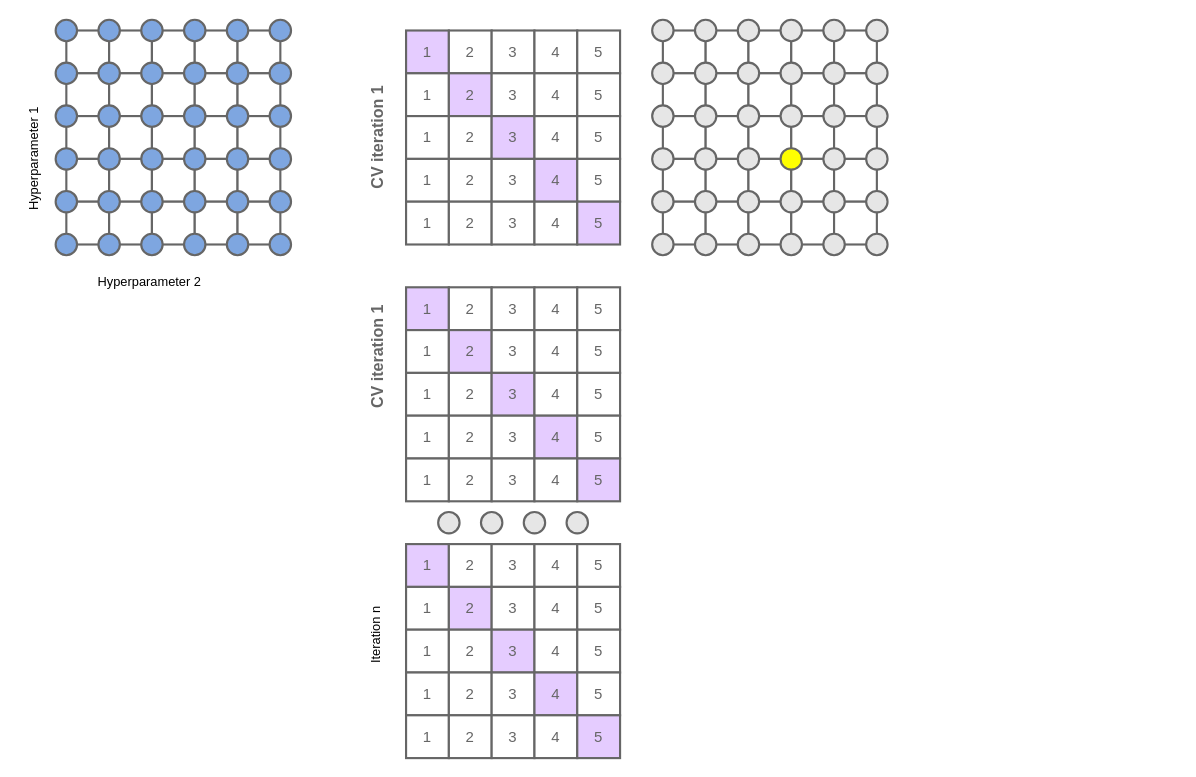
Above: figures/repeated-cross-validation-scheme.drawio in gomesluiz/long-lived-bug-bert-based-prediction (draw.io), before the change. Source tidied: cells renumbered, new cells numbered last; positions are measured from the earlier drawing's top-left corner, leaving out a move shared by most shapes. Both pictures are drawn from the tidied source at 107%, with x=0, y=0 at pixel (-22, 19).
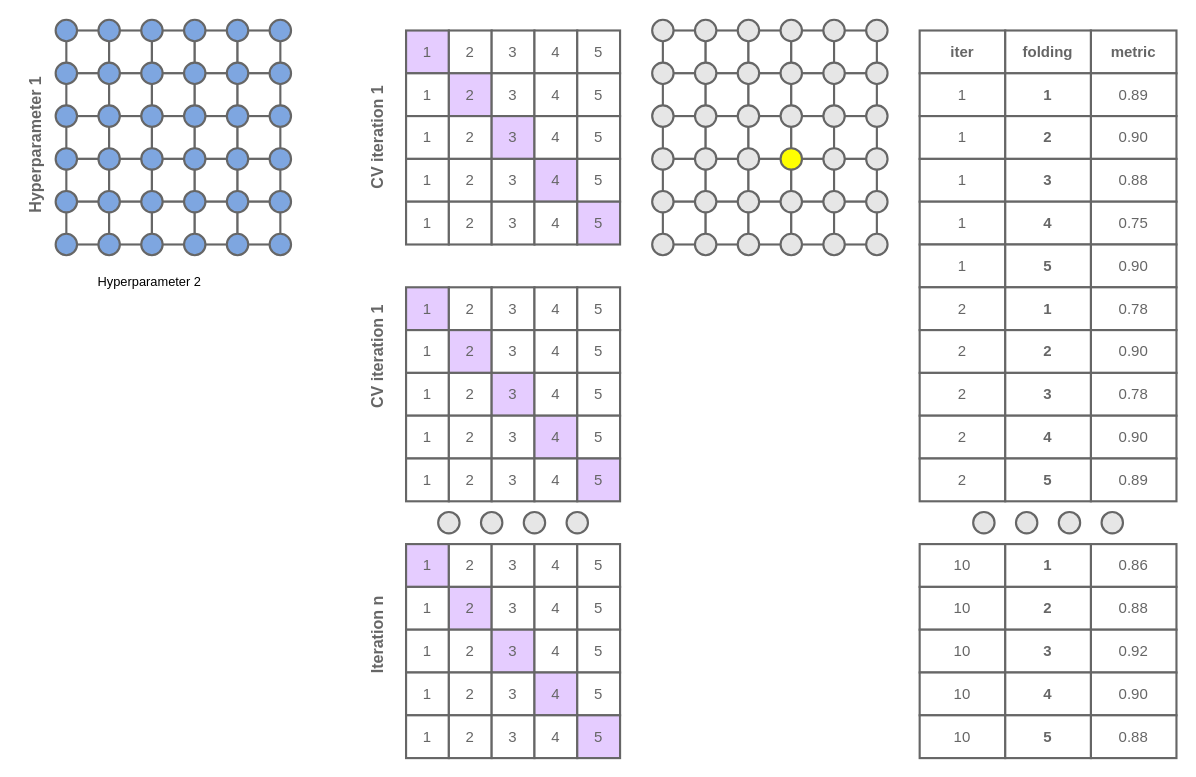
Above is the later version.

Change to the diagram source:
```diff
@@
-    <mxCell id="199" value="Hyperparameter 1" style="text;html=1;strokeColor=none;fillColor=none;align=center;verticalAlign=middle;whiteSpace=wrap;rounded=0;rotation=-90;" parent="1" vertex="1">
-      <mxGeometry y="115" width="105" height="30" as="geometry" />
+    <mxCell id="199" value="Hyperparameter 1" style="text;html=1;strokeColor=none;fillColor=none;align=center;verticalAlign=middle;whiteSpace=wrap;rounded=0;rotation=-90;fontSize=15;fontColor=#666666;fontStyle=1;" parent="1" vertex="1">
+      <mxGeometry x="-12.5" y="102.5" width="130" height="30" as="geometry" />
     </mxCell>
@@
-    <mxCell id="202" value="Iteration n" style="text;html=1;strokeColor=none;fillColor=none;align=center;verticalAlign=middle;whiteSpace=wrap;rounded=0;rotation=-90;" parent="1" vertex="1">
+    <mxCell id="202" value="Iteration n" style="text;html=1;strokeColor=none;fillColor=none;align=center;verticalAlign=middle;whiteSpace=wrap;rounded=0;rotation=-90;fontSize=15;fontColor=#666666;fontStyle=1;" parent="1" vertex="1">
       <mxGeometry x="320" y="560" width="105" height="30" as="geometry" />
     </mxCell>
@@
+    <mxCell id="208" value="&lt;font style=&quot;font-size: 14px&quot; color=&quot;#666666&quot;&gt;&lt;b&gt;iter&lt;/b&gt;&lt;/font&gt;" style="rounded=0;whiteSpace=wrap;html=1;strokeColor=#666666;fillColor=default;strokeWidth=2;" parent="1" vertex="1">
+      <mxGeometry x="880" y="10" width="80" height="40" as="geometry" />
+    </mxCell>
+    <mxCell id="209" value="&lt;font style=&quot;font-size: 14px&quot; color=&quot;#666666&quot;&gt;&lt;b&gt;metric&lt;/b&gt;&lt;/font&gt;" style="rounded=0;whiteSpace=wrap;html=1;strokeColor=#666666;fillColor=default;strokeWidth=2;" parent="1" vertex="1">
+      <mxGeometry x="1040" y="10" width="80" height="40" as="geometry" />
+    </mxCell>
+    <mxCell id="210" value="&lt;font style=&quot;font-size: 14px&quot; color=&quot;#666666&quot;&gt;1&lt;/font&gt;" style="rounded=0;whiteSpace=wrap;html=1;strokeColor=#666666;fillColor=default;strokeWidth=2;" parent="1" vertex="1">
+      <mxGeometry x="880" y="50" width="80" height="40" as="geometry" />
+    </mxCell>
+    <mxCell id="211" value="&lt;font style=&quot;font-size: 14px&quot; color=&quot;#666666&quot;&gt;0.89&lt;/font&gt;" style="rounded=0;whiteSpace=wrap;html=1;strokeColor=#666666;fillColor=default;strokeWidth=2;" parent="1" vertex="1">
+      <mxGeometry x="1040" y="50" width="80" height="40" as="geometry" />
+    </mxCell>
+    <mxCell id="212" value="&lt;font style=&quot;font-size: 14px&quot; color=&quot;#666666&quot;&gt;1&lt;/font&gt;" style="rounded=0;whiteSpace=wrap;html=1;strokeColor=#666666;fillColor=default;strokeWidth=2;" parent="1" vertex="1">
+      <mxGeometry x="880" y="90" width="80" height="40" as="geometry" />
+    </mxCell>
+    <mxCell id="213" value="&lt;font style=&quot;font-size: 14px&quot; color=&quot;#666666&quot;&gt;0.90&lt;/font&gt;" style="rounded=0;whiteSpace=wrap;html=1;strokeColor=#666666;fillColor=default;strokeWidth=2;" parent="1" vertex="1">
+      <mxGeometry x="1040" y="90" width="80" height="40" as="geometry" />
+    </mxCell>
+    <mxCell id="214" value="&lt;font style=&quot;font-size: 14px&quot; color=&quot;#666666&quot;&gt;&lt;b&gt;folding&lt;/b&gt;&lt;/font&gt;" style="rounded=0;whiteSpace=wrap;html=1;strokeColor=#666666;fillColor=default;strokeWidth=2;" parent="1" vertex="1">
+      <mxGeometry x="960" y="10" width="80" height="40" as="geometry" />
+    </mxCell>
+    <mxCell id="215" value="&lt;font style=&quot;font-size: 14px&quot; color=&quot;#666666&quot;&gt;&lt;b&gt;1&lt;/b&gt;&lt;/font&gt;" style="rounded=0;whiteSpace=wrap;html=1;strokeColor=#666666;fillColor=default;strokeWidth=2;" parent="1" vertex="1">
+      <mxGeometry x="960" y="50" width="80" height="40" as="geometry" />
+    </mxCell>
+    <mxCell id="216" value="&lt;font style=&quot;font-size: 14px&quot; color=&quot;#666666&quot;&gt;&lt;b&gt;2&lt;/b&gt;&lt;/font&gt;" style="rounded=0;whiteSpace=wrap;html=1;strokeColor=#666666;fillColor=default;strokeWidth=2;" parent="1" vertex="1">
+      <mxGeometry x="960" y="90" width="80" height="40" as="geometry" />
+    </mxCell>
+    <mxCell id="217" value="&lt;font style=&quot;font-size: 14px&quot; color=&quot;#666666&quot;&gt;1&lt;/font&gt;" style="rounded=0;whiteSpace=wrap;html=1;strokeColor=#666666;fillColor=default;strokeWidth=2;" parent="1" vertex="1">
+      <mxGeometry x="880" y="130" width="80" height="40" as="geometry" />
+    </mxCell>
+    <mxCell id="218" value="&lt;font style=&quot;font-size: 14px&quot; color=&quot;#666666&quot;&gt;0.88&lt;/font&gt;" style="rounded=0;whiteSpace=wrap;html=1;strokeColor=#666666;fillColor=default;strokeWidth=2;" parent="1" vertex="1">
+      <mxGeometry x="1040" y="130" width="80" height="40" as="geometry" />
+    </mxCell>
+    <mxCell id="219" value="&lt;font style=&quot;font-size: 14px&quot; color=&quot;#666666&quot;&gt;1&lt;/font&gt;" style="rounded=0;whiteSpace=wrap;html=1;strokeColor=#666666;fillColor=default;strokeWidth=2;" parent="1" vertex="1">
+      <mxGeometry x="880" y="170" width="80" height="40" as="geometry" />
+    </mxCell>
+    <mxCell id="220" value="&lt;font style=&quot;font-size: 14px&quot; color=&quot;#666666&quot;&gt;0.75&lt;/font&gt;" style="rounded=0;whiteSpace=wrap;html=1;strokeColor=#666666;fillColor=default;strokeWidth=2;" parent="1" vertex="1">
+      <mxGeometry x="1040" y="170" width="80" height="40" as="geometry" />
+    </mxCell>
+    <mxCell id="221" value="&lt;font style=&quot;font-size: 14px&quot; color=&quot;#666666&quot;&gt;&lt;b&gt;3&lt;/b&gt;&lt;/font&gt;" style="rounded=0;whiteSpace=wrap;html=1;strokeColor=#666666;fillColor=default;strokeWidth=2;" parent="1" vertex="1">
+      <mxGeometry x="960" y="130" width="80" height="40" as="geometry" />
+    </mxCell>
+    <mxCell id="222" value="&lt;font style=&quot;font-size: 14px&quot; color=&quot;#666666&quot;&gt;&lt;b&gt;4&lt;/b&gt;&lt;/font&gt;" style="rounded=0;whiteSpace=wrap;html=1;strokeColor=#666666;fillColor=default;strokeWidth=2;" parent="1" vertex="1">
+      <mxGeometry x="960" y="170" width="80" height="40" as="geometry" />
+    </mxCell>
+    <mxCell id="223" value="&lt;font style=&quot;font-size: 14px&quot; color=&quot;#666666&quot;&gt;1&lt;/font&gt;" style="rounded=0;whiteSpace=wrap;html=1;strokeColor=#666666;fillColor=default;strokeWidth=2;" parent="1" vertex="1">
+      <mxGeometry x="880" y="210" width="80" height="40" as="geometry" />
+    </mxCell>
+    <mxCell id="224" value="&lt;font style=&quot;font-size: 14px&quot; color=&quot;#666666&quot;&gt;0.90&lt;/font&gt;" style="rounded=0;whiteSpace=wrap;html=1;strokeColor=#666666;fillColor=default;strokeWidth=2;" parent="1" vertex="1">
+      <mxGeometry x="1040" y="210" width="80" height="40" as="geometry" />
+    </mxCell>
+    <mxCell id="225" value="&lt;font style=&quot;font-size: 14px&quot; color=&quot;#666666&quot;&gt;&lt;b&gt;5&lt;/b&gt;&lt;/font&gt;" style="rounded=0;whiteSpace=wrap;html=1;strokeColor=#666666;fillColor=default;strokeWidth=2;" parent="1" vertex="1">
+      <mxGeometry x="960" y="210" width="80" height="40" as="geometry" />
+    </mxCell>
+    <mxCell id="226" value="&lt;font style=&quot;font-size: 14px&quot; color=&quot;#666666&quot;&gt;2&lt;/font&gt;" style="rounded=0;whiteSpace=wrap;html=1;strokeColor=#666666;fillColor=default;strokeWidth=2;" parent="1" vertex="1">
+      <mxGeometry x="880" y="250" width="80" height="40" as="geometry" />
+    </mxCell>
+    <mxCell id="227" value="&lt;font style=&quot;font-size: 14px&quot; color=&quot;#666666&quot;&gt;0.78&lt;/font&gt;" style="rounded=0;whiteSpace=wrap;html=1;strokeColor=#666666;fillColor=default;strokeWidth=2;" parent="1" vertex="1">
+      <mxGeometry x="1040" y="250" width="80" height="40" as="geometry" />
+    </mxCell>
+    <mxCell id="228" value="&lt;font style=&quot;font-size: 14px&quot; color=&quot;#666666&quot;&gt;2&lt;/font&gt;" style="rounded=0;whiteSpace=wrap;html=1;strokeColor=#666666;fillColor=default;strokeWidth=2;" parent="1" vertex="1">
+      <mxGeometry x="880" y="290" width="80" height="40" as="geometry" />
+    </mxCell>
+    <mxCell id="229" value="&lt;font style=&quot;font-size: 14px&quot; color=&quot;#666666&quot;&gt;0.90&lt;/font&gt;" style="rounded=0;whiteSpace=wrap;html=1;strokeColor=#666666;fillColor=default;strokeWidth=2;" parent="1" vertex="1">
+      <mxGeometry x="1040" y="290" width="80" height="40" as="geometry" />
+    </mxCell>
+    <mxCell id="230" value="&lt;font style=&quot;font-size: 14px&quot; color=&quot;#666666&quot;&gt;&lt;b&gt;1&lt;/b&gt;&lt;/font&gt;" style="rounded=0;whiteSpace=wrap;html=1;strokeColor=#666666;fillColor=default;strokeWidth=2;" parent="1" vertex="1">
+      <mxGeometry x="960" y="250" width="80" height="40" as="geometry" />
+    </mxCell>
+    <mxCell id="231" value="&lt;font style=&quot;font-size: 14px&quot; color=&quot;#666666&quot;&gt;&lt;b&gt;2&lt;/b&gt;&lt;/font&gt;" style="rounded=0;whiteSpace=wrap;html=1;strokeColor=#666666;fillColor=default;strokeWidth=2;" parent="1" vertex="1">
+      <mxGeometry x="960" y="290" width="80" height="40" as="geometry" />
+    </mxCell>
+    <mxCell id="232" value="&lt;font style=&quot;font-size: 14px&quot; color=&quot;#666666&quot;&gt;2&lt;/font&gt;" style="rounded=0;whiteSpace=wrap;html=1;strokeColor=#666666;fillColor=default;strokeWidth=2;" parent="1" vertex="1">
+      <mxGeometry x="880" y="330" width="80" height="40" as="geometry" />
+    </mxCell>
+    <mxCell id="233" value="&lt;font style=&quot;font-size: 14px&quot; color=&quot;#666666&quot;&gt;0.78&lt;/font&gt;" style="rounded=0;whiteSpace=wrap;html=1;strokeColor=#666666;fillColor=default;strokeWidth=2;" parent="1" vertex="1">
+      <mxGeometry x="1040" y="330" width="80" height="40" as="geometry" />
+    </mxCell>
+    <mxCell id="234" value="&lt;font style=&quot;font-size: 14px&quot; color=&quot;#666666&quot;&gt;2&lt;/font&gt;" style="rounded=0;whiteSpace=wrap;html=1;strokeColor=#666666;fillColor=default;strokeWidth=2;" parent="1" vertex="1">
+      <mxGeometry x="880" y="370" width="80" height="40" as="geometry" />
+    </mxCell>
+    <mxCell id="235" value="&lt;font style=&quot;font-size: 14px&quot; color=&quot;#666666&quot;&gt;0.90&lt;/font&gt;" style="rounded=0;whiteSpace=wrap;html=1;strokeColor=#666666;fillColor=default;strokeWidth=2;" parent="1" vertex="1">
+      <mxGeometry x="1040" y="370" width="80" height="40" as="geometry" />
+    </mxCell>
+    <mxCell id="236" value="&lt;font style=&quot;font-size: 14px&quot; color=&quot;#666666&quot;&gt;&lt;b&gt;3&lt;/b&gt;&lt;/font&gt;" style="rounded=0;whiteSpace=wrap;html=1;strokeColor=#666666;fillColor=default;strokeWidth=2;" parent="1" vertex="1">
+      <mxGeometry x="960" y="330" width="80" height="40" as="geometry" />
+    </mxCell>
+    <mxCell id="237" value="&lt;font style=&quot;font-size: 14px&quot; color=&quot;#666666&quot;&gt;&lt;b&gt;4&lt;/b&gt;&lt;/font&gt;" style="rounded=0;whiteSpace=wrap;html=1;strokeColor=#666666;fillColor=default;strokeWidth=2;" parent="1" vertex="1">
+      <mxGeometry x="960" y="370" width="80" height="40" as="geometry" />
+    </mxCell>
+    <mxCell id="238" value="&lt;font style=&quot;font-size: 14px&quot; color=&quot;#666666&quot;&gt;2&lt;/font&gt;" style="rounded=0;whiteSpace=wrap;html=1;strokeColor=#666666;fillColor=default;strokeWidth=2;" parent="1" vertex="1">
+      <mxGeometry x="880" y="410" width="80" height="40" as="geometry" />
+    </mxCell>
+    <mxCell id="239" value="&lt;font style=&quot;font-size: 14px&quot; color=&quot;#666666&quot;&gt;0.89&lt;/font&gt;" style="rounded=0;whiteSpace=wrap;html=1;strokeColor=#666666;fillColor=default;strokeWidth=2;" parent="1" vertex="1">
+      <mxGeometry x="1040" y="410" width="80" height="40" as="geometry" />
+    </mxCell>
+    <mxCell id="240" value="&lt;font style=&quot;font-size: 14px&quot; color=&quot;#666666&quot;&gt;&lt;b&gt;5&lt;/b&gt;&lt;/font&gt;" style="rounded=0;whiteSpace=wrap;html=1;strokeColor=#666666;fillColor=default;strokeWidth=2;" parent="1" vertex="1">
+      <mxGeometry x="960" y="410" width="80" height="40" as="geometry" />
+    </mxCell>
+    <mxCell id="241" style="ellipse;whiteSpace=wrap;html=1;strokeColor=#666666;fillColor=#E6E6E6;strokeWidth=2;" parent="1" vertex="1">
+      <mxGeometry x="930" y="460" width="20" height="20" as="geometry" />
+    </mxCell>
+    <mxCell id="242" style="ellipse;whiteSpace=wrap;html=1;strokeColor=#666666;fillColor=#E6E6E6;strokeWidth=2;" parent="1" vertex="1">
+      <mxGeometry x="970" y="460" width="20" height="20" as="geometry" />
+    </mxCell>
+    <mxCell id="243" style="ellipse;whiteSpace=wrap;html=1;strokeColor=#666666;fillColor=#E6E6E6;strokeWidth=2;" parent="1" vertex="1">
+      <mxGeometry x="1010" y="460" width="20" height="20" as="geometry" />
+    </mxCell>
+    <mxCell id="244" style="ellipse;whiteSpace=wrap;html=1;strokeColor=#666666;fillColor=#E6E6E6;strokeWidth=2;" parent="1" vertex="1">
+      <mxGeometry x="1050" y="460" width="20" height="20" as="geometry" />
+    </mxCell>
+    <mxCell id="245" value="&lt;font color=&quot;#666666&quot;&gt;&lt;span style=&quot;font-size: 14px&quot;&gt;10&lt;/span&gt;&lt;/font&gt;" style="rounded=0;whiteSpace=wrap;html=1;strokeColor=#666666;fillColor=default;strokeWidth=2;" parent="1" vertex="1">
+      <mxGeometry x="880" y="490" width="80" height="40" as="geometry" />
+    </mxCell>
+    <mxCell id="246" value="&lt;font style=&quot;font-size: 14px&quot; color=&quot;#666666&quot;&gt;0.86&lt;/font&gt;" style="rounded=0;whiteSpace=wrap;html=1;strokeColor=#666666;fillColor=default;strokeWidth=2;" parent="1" vertex="1">
+      <mxGeometry x="1040" y="490" width="80" height="40" as="geometry" />
+    </mxCell>
+    <mxCell id="247" value="&lt;font style=&quot;font-size: 14px&quot; color=&quot;#666666&quot;&gt;10&lt;/font&gt;" style="rounded=0;whiteSpace=wrap;html=1;strokeColor=#666666;fillColor=default;strokeWidth=2;" parent="1" vertex="1">
+      <mxGeometry x="880" y="530" width="80" height="40" as="geometry" />
+    </mxCell>
+    <mxCell id="248" value="&lt;font style=&quot;font-size: 14px&quot; color=&quot;#666666&quot;&gt;0.88&lt;/font&gt;" style="rounded=0;whiteSpace=wrap;html=1;strokeColor=#666666;fillColor=default;strokeWidth=2;" parent="1" vertex="1">
+      <mxGeometry x="1040" y="530" width="80" height="40" as="geometry" />
+    </mxCell>
+    <mxCell id="249" value="&lt;font style=&quot;font-size: 14px&quot; color=&quot;#666666&quot;&gt;&lt;b&gt;1&lt;/b&gt;&lt;/font&gt;" style="rounded=0;whiteSpace=wrap;html=1;strokeColor=#666666;fillColor=default;strokeWidth=2;" parent="1" vertex="1">
+      <mxGeometry x="960" y="490" width="80" height="40" as="geometry" />
+    </mxCell>
+    <mxCell id="250" value="&lt;font style=&quot;font-size: 14px&quot; color=&quot;#666666&quot;&gt;&lt;b&gt;2&lt;/b&gt;&lt;/font&gt;" style="rounded=0;whiteSpace=wrap;html=1;strokeColor=#666666;fillColor=default;strokeWidth=2;" parent="1" vertex="1">
+      <mxGeometry x="960" y="530" width="80" height="40" as="geometry" />
+    </mxCell>
+    <mxCell id="251" value="&lt;font style=&quot;font-size: 14px&quot; color=&quot;#666666&quot;&gt;10&lt;/font&gt;" style="rounded=0;whiteSpace=wrap;html=1;strokeColor=#666666;fillColor=default;strokeWidth=2;" parent="1" vertex="1">
+      <mxGeometry x="880" y="570" width="80" height="40" as="geometry" />
+    </mxCell>
+    <mxCell id="252" value="&lt;font style=&quot;font-size: 14px&quot; color=&quot;#666666&quot;&gt;0.92&lt;/font&gt;" style="rounded=0;whiteSpace=wrap;html=1;strokeColor=#666666;fillColor=default;strokeWidth=2;" parent="1" vertex="1">
+      <mxGeometry x="1040" y="570" width="80" height="40" as="geometry" />
+    </mxCell>
+    <mxCell id="253" value="&lt;font style=&quot;font-size: 14px&quot; color=&quot;#666666&quot;&gt;10&lt;/font&gt;" style="rounded=0;whiteSpace=wrap;html=1;strokeColor=#666666;fillColor=default;strokeWidth=2;" parent="1" vertex="1">
+      <mxGeometry x="880" y="610" width="80" height="40" as="geometry" />
+    </mxCell>
+    <mxCell id="254" value="&lt;font style=&quot;font-size: 14px&quot; color=&quot;#666666&quot;&gt;0.90&lt;/font&gt;" style="rounded=0;whiteSpace=wrap;html=1;strokeColor=#666666;fillColor=default;strokeWidth=2;" parent="1" vertex="1">
+      <mxGeometry x="1040" y="610" width="80" height="40" as="geometry" />
+    </mxCell>
+    <mxCell id="255" value="&lt;font style=&quot;font-size: 14px&quot; color=&quot;#666666&quot;&gt;&lt;b&gt;3&lt;/b&gt;&lt;/font&gt;" style="rounded=0;whiteSpace=wrap;html=1;strokeColor=#666666;fillColor=default;strokeWidth=2;" parent="1" vertex="1">
+      <mxGeometry x="960" y="570" width="80" height="40" as="geometry" />
+    </mxCell>
+    <mxCell id="256" value="&lt;font style=&quot;font-size: 14px&quot; color=&quot;#666666&quot;&gt;&lt;b&gt;4&lt;/b&gt;&lt;/font&gt;" style="rounded=0;whiteSpace=wrap;html=1;strokeColor=#666666;fillColor=default;strokeWidth=2;" parent="1" vertex="1">
+      <mxGeometry x="960" y="610" width="80" height="40" as="geometry" />
+    </mxCell>
+    <mxCell id="257" value="&lt;font style=&quot;font-size: 14px&quot; color=&quot;#666666&quot;&gt;10&lt;/font&gt;" style="rounded=0;whiteSpace=wrap;html=1;strokeColor=#666666;fillColor=default;strokeWidth=2;" parent="1" vertex="1">
+      <mxGeometry x="880" y="650" width="80" height="40" as="geometry" />
+    </mxCell>
+    <mxCell id="258" value="&lt;font style=&quot;font-size: 14px&quot; color=&quot;#666666&quot;&gt;0.88&lt;/font&gt;" style="rounded=0;whiteSpace=wrap;html=1;strokeColor=#666666;fillColor=default;strokeWidth=2;" parent="1" vertex="1">
+      <mxGeometry x="1040" y="650" width="80" height="40" as="geometry" />
+    </mxCell>
+    <mxCell id="259" value="&lt;font style=&quot;font-size: 14px&quot; color=&quot;#666666&quot;&gt;&lt;b&gt;5&lt;/b&gt;&lt;/font&gt;" style="rounded=0;whiteSpace=wrap;html=1;strokeColor=#666666;fillColor=default;strokeWidth=2;" parent="1" vertex="1">
+      <mxGeometry x="960" y="650" width="80" height="40" as="geometry" />
+    </mxCell>
```
